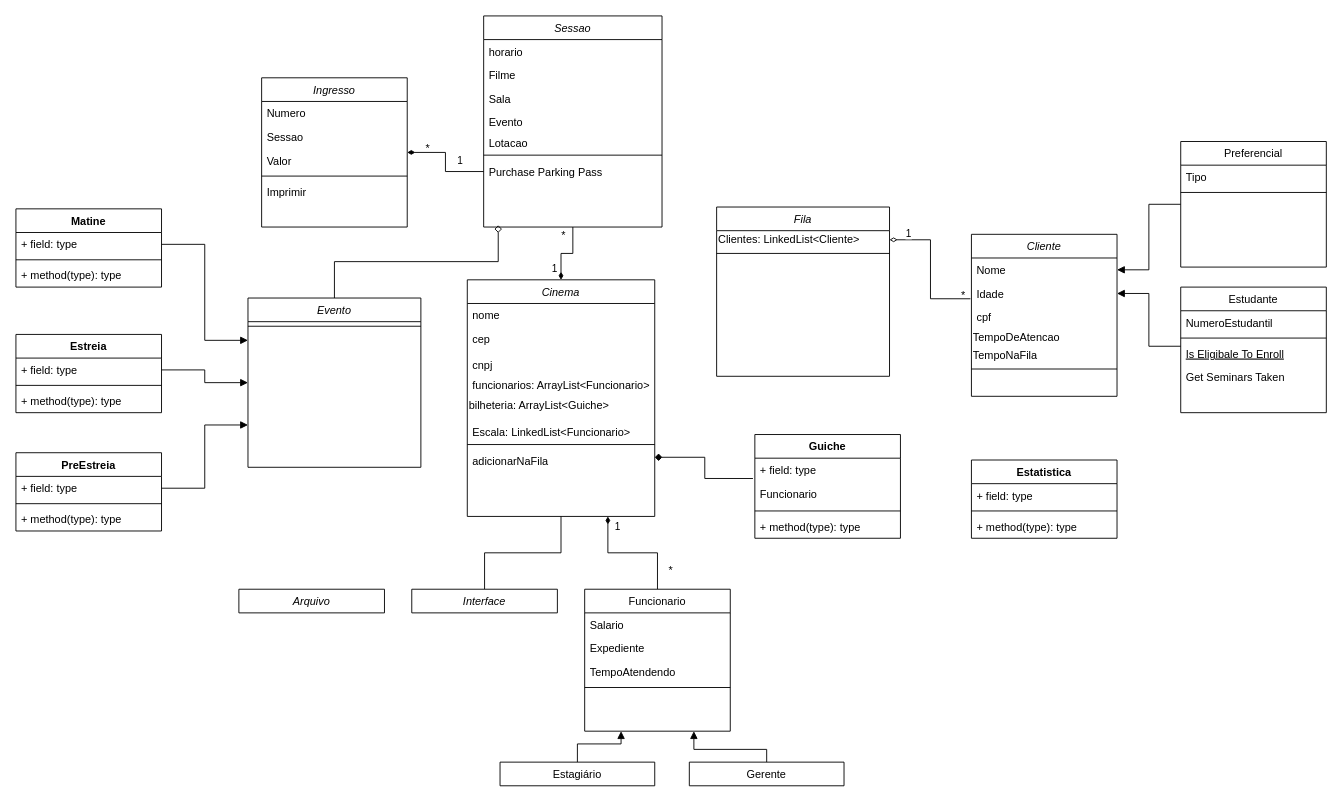
Above: classPPOO.drawio in IsabelleCoelho/Fila_de_Cinema_PPOO (draw.io), before the change. Source tidied: cells renumbered, new cells numbered last; positions are measured from the earlier drawing's top-left corner, leaving out a move shared by most shapes. Both pictures are drawn from the tidied source at 91%, with x=0, y=0 at pixel (15, 15).
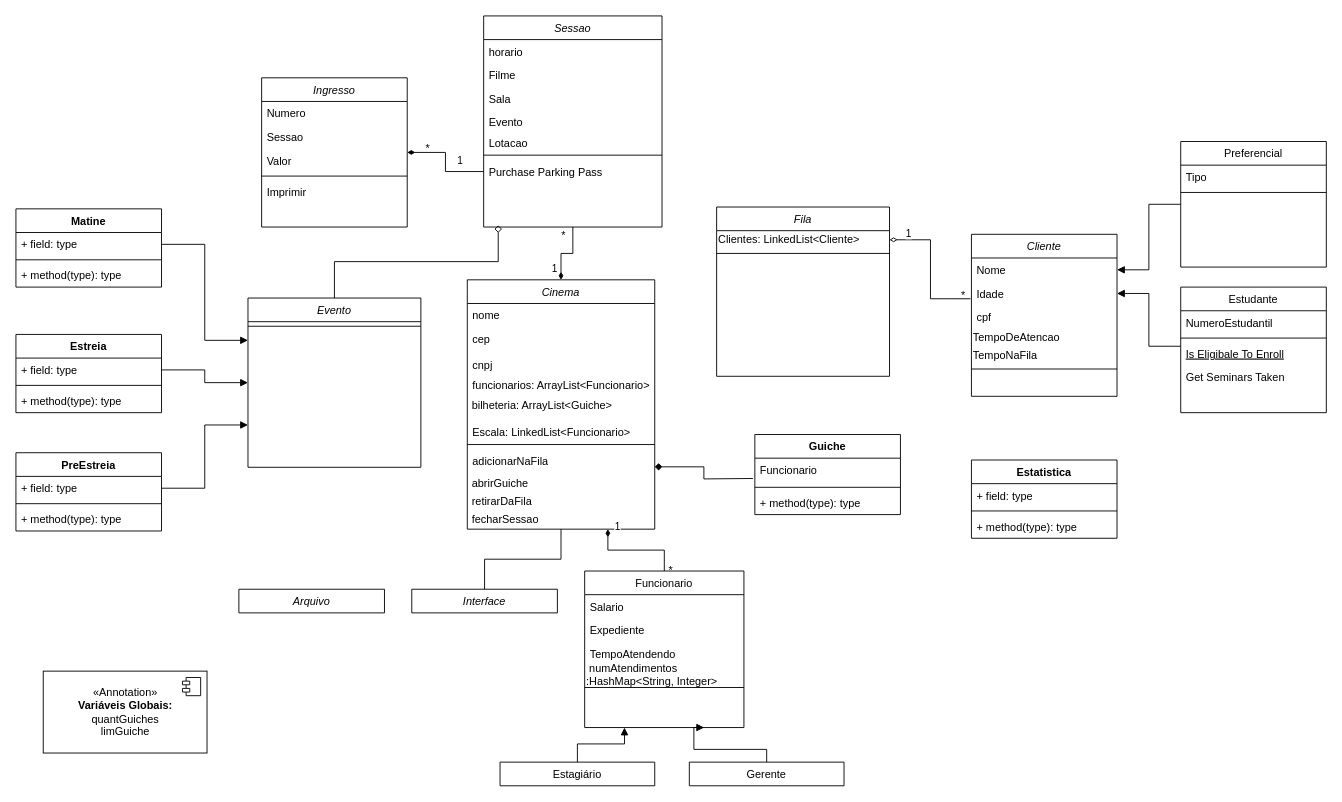
The same diagram, later.

Commit message:
Ẽstruturação de diagrama de classes

The edit, as a diff of the source:
```diff
@@
-    <mxCell id="6" value="Funcionario" style="swimlane;fontStyle=0;align=center;verticalAlign=top;horizontal=1;startSize=26;rounded=0;shadow=0;strokeWidth=1;" parent="1" vertex="1">
-      <mxGeometry x="625" y="630" width="160" height="156" as="geometry" />
-    </mxCell>
-    <mxCell id="7" value="Salario" style="text;align=left;verticalAlign=top;spacingLeft=4;spacingRight=4;overflow=hidden;" parent="6" vertex="1">
-      <mxGeometry y="26" width="160" height="26" as="geometry" />
-    </mxCell>
-    <mxCell id="8" value="Expediente" style="text;align=left;verticalAlign=top;spacingLeft=4;spacingRight=4;overflow=hidden;" parent="6" vertex="1">
-      <mxGeometry y="52" width="160" height="26" as="geometry" />
-    </mxCell>
-    <mxCell id="9" value="TempoAtendendo" style="text;align=left;verticalAlign=top;spacingLeft=4;spacingRight=4;overflow=hidden;" parent="6" vertex="1">
-      <mxGeometry y="78" width="160" height="26" as="geometry" />
-    </mxCell>
-    <mxCell id="10" style="line;html=1;strokeWidth=1;align=left;verticalAlign=middle;spacingTop=-1;spacingLeft=3;spacingRight=3;labelPosition=right;" parent="6" vertex="1">
-      <mxGeometry y="104" width="160" height="8" as="geometry" />
-    </mxCell>
@@
-    <mxCell id="17" style="edgeStyle=orthogonalEdgeStyle;rounded=0;jettySize=auto;html=1;exitX=1;exitY=0.75;exitDx=0;exitDy=0;entryX=-0.013;entryY=0.859;entryDx=0;entryDy=0;entryPerimeter=0;startArrow=diamond;startFill=1;endArrow=none;endFill=0;" parent="1" edge="1" source="18" target="73">
-      <mxGeometry relative="1" as="geometry" />
+    <mxCell id="17" style="edgeStyle=orthogonalEdgeStyle;rounded=0;jettySize=auto;html=1;exitX=1;exitY=0.75;exitDx=0;exitDy=0;entryX=-0.013;entryY=0.859;entryDx=0;entryDy=0;entryPerimeter=0;startArrow=diamond;startFill=1;endArrow=none;endFill=0;" parent="1" edge="1" source="18">
+      <mxGeometry relative="1" as="geometry">
+        <mxPoint x="809.9" y="508.3" as="targetPoint" />
+      </mxGeometry>
     </mxCell>
     <mxCell id="18" value="Cinema" style="swimlane;fontStyle=2;align=center;verticalAlign=top;horizontal=1;startSize=26;rounded=0;shadow=0;strokeWidth=1;" parent="1" vertex="1">
-      <mxGeometry x="496" y="290" width="206" height="260" as="geometry" />
+      <mxGeometry x="496" y="290" width="206" height="274" as="geometry" />
     </mxCell>
@@
-    <mxCell id="23" value="bilheteria: ArrayList&amp;lt;Guiche&amp;gt;" style="text;whiteSpace=wrap;html=1;" parent="18" vertex="1">
+    <mxCell id="23" value="&amp;nbsp;bilheteria: ArrayList&amp;lt;Guiche&amp;gt;" style="text;whiteSpace=wrap;html=1;" parent="18" vertex="1">
       <mxGeometry y="124" width="206" height="30" as="geometry" />
     </mxCell>
@@
+    <mxCell id="97" value="&amp;nbsp;abrirGuiche" style="text;html=1;align=left;verticalAlign=middle;" parent="18" vertex="1">
+      <mxGeometry y="214" width="206" height="20" as="geometry" />
+    </mxCell>
+    <mxCell id="98" value="&amp;nbsp;retirarDaFila" style="text;html=1;align=left;verticalAlign=middle;" parent="18" vertex="1">
+      <mxGeometry y="234" width="206" height="20" as="geometry" />
+    </mxCell>
+    <mxCell id="99" value="&amp;nbsp;fecharSessao" style="text;html=1;strokeColor=none;fillColor=none;align=left;verticalAlign=middle;whiteSpace=wrap;rounded=0;" parent="18" vertex="1">
+      <mxGeometry y="254" width="206" height="20" as="geometry" />
+    </mxCell>
@@
     <mxCell id="72" value="Guiche" style="swimlane;fontStyle=1;align=center;verticalAlign=top;horizontal=1;startSize=26;" parent="1" vertex="1">
-      <mxGeometry x="812" y="460" width="160" height="114" as="geometry" />
+      <mxGeometry x="812" y="460" width="160" height="88" as="geometry" />
     </mxCell>
-    <mxCell id="73" value="+ field: type" style="text;strokeColor=none;fillColor=none;align=left;verticalAlign=top;spacingLeft=4;spacingRight=4;overflow=hidden;points=[[0,0.5],[1,0.5]];portConstraint=eastwest;" parent="72" vertex="1">
-      <mxGeometry y="26" width="160" height="26" as="geometry" />
-    </mxCell>
     <mxCell id="74" value="Funcionario" style="text;align=left;verticalAlign=top;spacingLeft=4;spacingRight=4;overflow=hidden;rounded=0;shadow=0;html=0;" parent="72" vertex="1">
-      <mxGeometry y="52" width="160" height="28" as="geometry" />
+      <mxGeometry y="26" width="160" height="28" as="geometry" />
     </mxCell>
     <mxCell id="75" style="line;strokeWidth=1;fillColor=none;align=left;verticalAlign=middle;spacingTop=-1;spacingLeft=3;spacingRight=3;labelPosition=right;" parent="72" vertex="1">
-      <mxGeometry y="80" width="160" height="8" as="geometry" />
+      <mxGeometry y="54" width="160" height="8" as="geometry" />
     </mxCell>
     <mxCell id="76" value="+ method(type): type" style="text;strokeColor=none;fillColor=none;align=left;verticalAlign=top;spacingLeft=4;spacingRight=4;overflow=hidden;" parent="72" vertex="1">
-      <mxGeometry y="88" width="160" height="26" as="geometry" />
+      <mxGeometry y="62" width="160" height="26" as="geometry" />
     </mxCell>
@@
+    <mxCell id="100" value="«Annotation»&lt;br&gt;&lt;b&gt;Variáveis Globais:&lt;br&gt;&lt;/b&gt;quantGuiches&lt;br&gt;limGuiche&lt;br&gt;" style="html=1;" parent="1" vertex="1">
+      <mxGeometry x="30" y="720" width="180" height="90" as="geometry" />
+    </mxCell>
+    <mxCell id="101" style="shape=component;jettyWidth=8;jettyHeight=4;" parent="100" vertex="1">
+      <mxGeometry x="1" width="20" height="20" relative="1" as="geometry">
+        <mxPoint x="-27" y="7" as="offset" />
+      </mxGeometry>
+    </mxCell>
+    <mxCell id="6" value="Funcionario" style="swimlane;fontStyle=0;align=center;verticalAlign=top;horizontal=1;startSize=26;rounded=0;shadow=0;strokeWidth=1;" parent="1" vertex="1">
+      <mxGeometry x="625" y="610" width="175" height="172" as="geometry" />
+    </mxCell>
+    <mxCell id="7" value="Salario" style="text;align=left;verticalAlign=top;spacingLeft=4;spacingRight=4;overflow=hidden;" parent="6" vertex="1">
+      <mxGeometry y="26" width="175" height="26" as="geometry" />
+    </mxCell>
+    <mxCell id="8" value="Expediente" style="text;align=left;verticalAlign=top;spacingLeft=4;spacingRight=4;overflow=hidden;" parent="6" vertex="1">
+      <mxGeometry y="52" width="175" height="26" as="geometry" />
+    </mxCell>
+    <mxCell id="9" value="TempoAtendendo" style="text;align=left;verticalAlign=top;spacingLeft=4;spacingRight=4;overflow=hidden;" parent="6" vertex="1">
+      <mxGeometry y="78" width="175" height="26" as="geometry" />
+    </mxCell>
+    <mxCell id="102" value="&amp;nbsp;numAtendimentos :HashMap&amp;lt;String, Integer&amp;gt;&amp;nbsp;" style="text;html=1;strokeColor=none;fillColor=none;align=left;verticalAlign=middle;whiteSpace=wrap;rounded=0;" parent="6" vertex="1">
+      <mxGeometry y="104" width="175" height="20" as="geometry" />
+    </mxCell>
+    <mxCell id="10" style="line;html=1;strokeWidth=1;align=left;verticalAlign=middle;spacingTop=-1;spacingLeft=3;spacingRight=3;labelPosition=right;" parent="6" vertex="1">
+      <mxGeometry y="124" width="175" height="8" as="geometry" />
+    </mxCell>
+    <mxCell id="103" value="&amp;nbsp;&amp;nbsp;" style="text;html=1;align=left;verticalAlign=middle;" parent="6" vertex="1">
+      <mxGeometry y="132" width="175" height="20" as="geometry" />
+    </mxCell>
```
